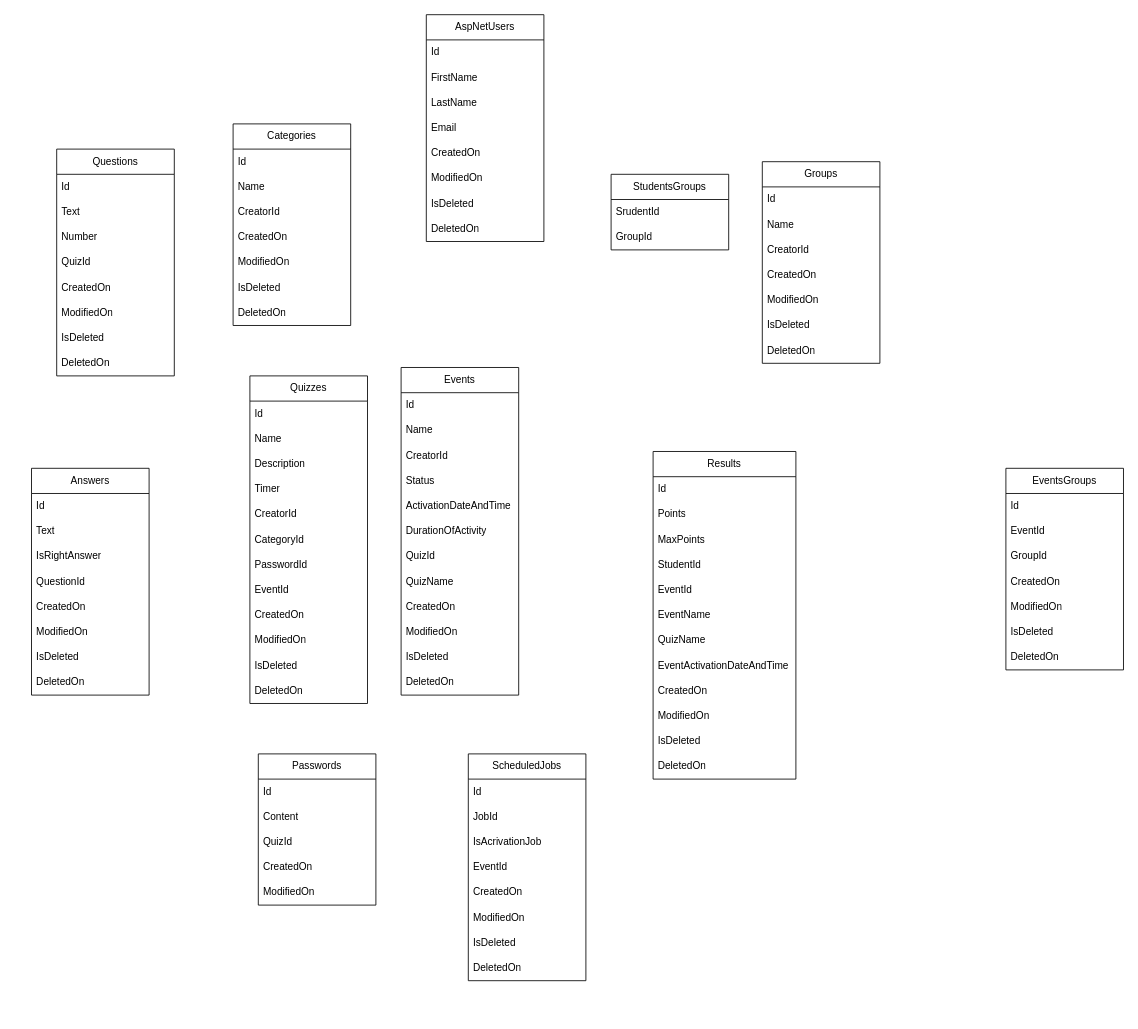
Before: Docs/Docs/ERDiagram.drawio in RainbowInHell/QuizHut, a draw.io diagram. Source tidied: cells renumbered, new cells numbered last; positions are measured from the earlier drawing's top-left corner, leaving out a move shared by most shapes. Both pictures are drawn from the tidied source at 84%, with x=0, y=0 at pixel (31, 14).
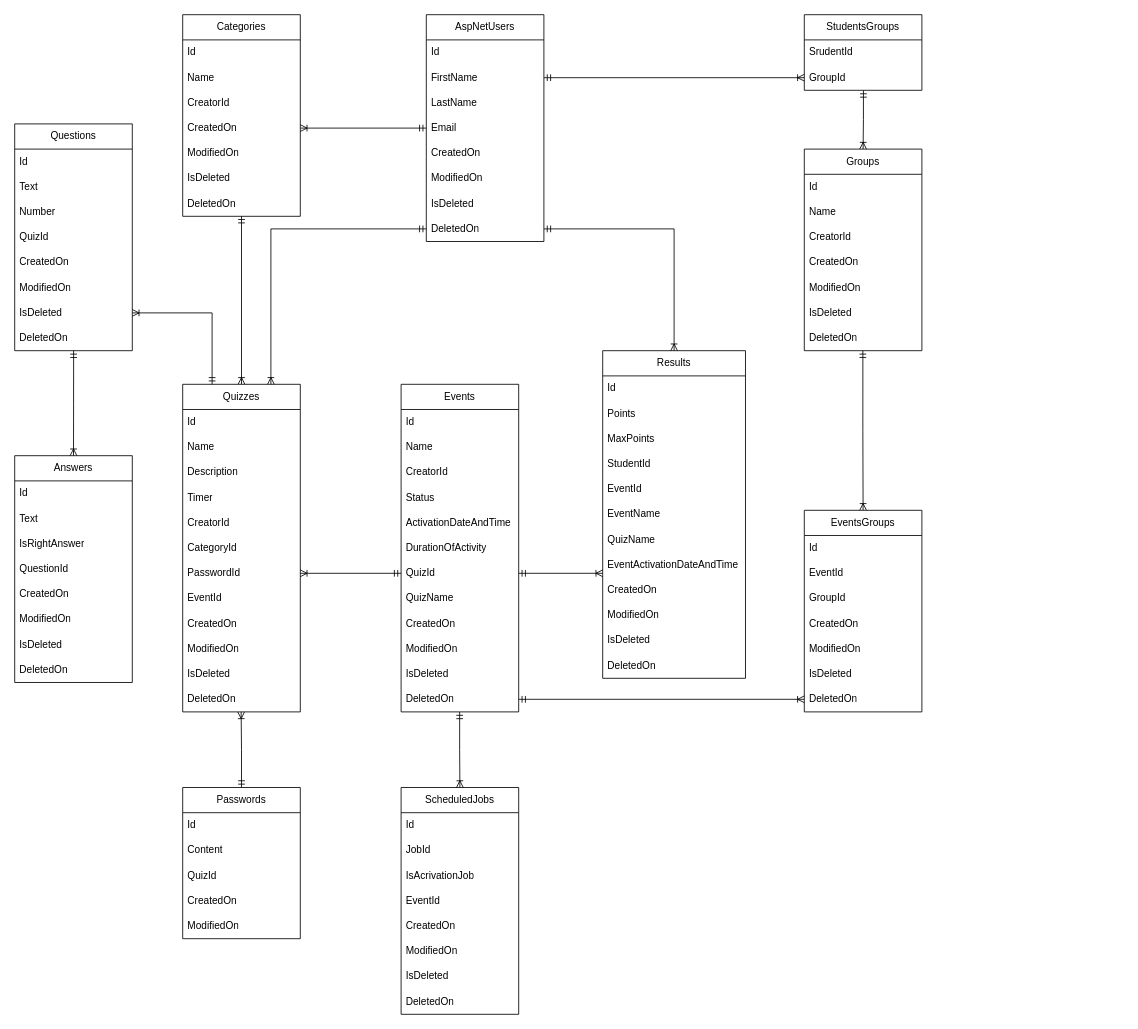
The same page after the edit.

Commit message (it also covers changes not shown here):
Create ERDiagram, update gitignore

Unchanged cells that the change refers to:
```xml
<mxCell id="6" value="CreatedOn" style="text;strokeColor=none;fillColor=none;align=left;verticalAlign=middle;spacingLeft=4;spacingRight=4;overflow=hidden;points=[[0,0.5],[1,0.5]];portConstraint=eastwest;whiteSpace=wrap;html=1;" parent="2" vertex="1">
  <mxGeometry y="120" width="140" height="30" as="geometry" />
</mxCell>
<mxCell id="9" value="DeletedOn" style="text;strokeColor=none;fillColor=none;align=left;verticalAlign=middle;spacingLeft=4;spacingRight=4;overflow=hidden;points=[[0,0.5],[1,0.5]];portConstraint=eastwest;whiteSpace=wrap;html=1;" parent="2" vertex="1">
  <mxGeometry y="210" width="140" height="30" as="geometry" />
</mxCell>
<mxCell id="17" value="IsDeleted" style="text;strokeColor=none;fillColor=none;align=left;verticalAlign=middle;spacingLeft=4;spacingRight=4;overflow=hidden;points=[[0,0.5],[1,0.5]];portConstraint=eastwest;whiteSpace=wrap;html=1;" parent="10" vertex="1">
  <mxGeometry y="210" width="140" height="30" as="geometry" />
</mxCell>
<mxCell id="18" value="DeletedOn" style="text;strokeColor=none;fillColor=none;align=left;verticalAlign=middle;spacingLeft=4;spacingRight=4;overflow=hidden;points=[[0,0.5],[1,0.5]];portConstraint=eastwest;whiteSpace=wrap;html=1;" parent="10" vertex="1">
  <mxGeometry y="240" width="140" height="30" as="geometry" />
</mxCell>
<mxCell id="26" value="PasswordId" style="text;strokeColor=none;fillColor=none;align=left;verticalAlign=middle;spacingLeft=4;spacingRight=4;overflow=hidden;points=[[0,0.5],[1,0.5]];portConstraint=eastwest;whiteSpace=wrap;html=1;" parent="19" vertex="1">
  <mxGeometry y="210" width="140" height="30" as="geometry" />
</mxCell>
<mxCell id="31" value="DeletedOn" style="text;strokeColor=none;fillColor=none;align=left;verticalAlign=middle;spacingLeft=4;spacingRight=4;overflow=hidden;points=[[0,0.5],[1,0.5]];portConstraint=eastwest;whiteSpace=wrap;html=1;" parent="19" vertex="1">
  <mxGeometry y="360" width="140" height="30" as="geometry" />
</mxCell>
<mxCell id="54" value="QuizId" style="text;strokeColor=none;fillColor=none;align=left;verticalAlign=middle;spacingLeft=4;spacingRight=4;overflow=hidden;points=[[0,0.5],[1,0.5]];portConstraint=eastwest;whiteSpace=wrap;html=1;" parent="47" vertex="1">
  <mxGeometry y="210" width="140" height="30" as="geometry" />
</mxCell>
<mxCell id="59" value="DeletedOn" style="text;strokeColor=none;fillColor=none;align=left;verticalAlign=middle;spacingLeft=4;spacingRight=4;overflow=hidden;points=[[0,0.5],[1,0.5]];portConstraint=eastwest;whiteSpace=wrap;html=1;" parent="47" vertex="1">
  <mxGeometry y="360" width="140" height="30" as="geometry" />
</mxCell>
<mxCell id="71" value="GroupId" style="text;strokeColor=none;fillColor=none;align=left;verticalAlign=middle;spacingLeft=4;spacingRight=4;overflow=hidden;points=[[0,0.5],[1,0.5]];portConstraint=eastwest;whiteSpace=wrap;html=1;" parent="69" vertex="1">
  <mxGeometry y="60" width="140" height="30" as="geometry" />
</mxCell>
<mxCell id="79" value="DeletedOn" style="text;strokeColor=none;fillColor=none;align=left;verticalAlign=middle;spacingLeft=4;spacingRight=4;overflow=hidden;points=[[0,0.5],[1,0.5]];portConstraint=eastwest;whiteSpace=wrap;html=1;" parent="72" vertex="1">
  <mxGeometry y="210" width="140" height="30" as="geometry" />
</mxCell>
<mxCell id="87" value="DeletedOn" style="text;strokeColor=none;fillColor=none;align=left;verticalAlign=middle;spacingLeft=4;spacingRight=4;overflow=hidden;points=[[0,0.5],[1,0.5]];portConstraint=eastwest;whiteSpace=wrap;html=1;" parent="80" vertex="1">
  <mxGeometry y="210" width="140" height="30" as="geometry" />
</mxCell>
<mxCell id="96" value="EventActivationDateAndTime" style="text;strokeColor=none;fillColor=none;align=left;verticalAlign=middle;spacingLeft=4;spacingRight=4;overflow=hidden;points=[[0,0.5],[1,0.5]];portConstraint=eastwest;whiteSpace=wrap;html=1;" parent="88" vertex="1">
  <mxGeometry y="240" width="170" height="30" as="geometry" />
</mxCell>
<mxCell id="103" value="FirstName" style="text;strokeColor=none;fillColor=none;align=left;verticalAlign=middle;spacingLeft=4;spacingRight=4;overflow=hidden;points=[[0,0.5],[1,0.5]];portConstraint=eastwest;whiteSpace=wrap;html=1;" parent="101" vertex="1">
  <mxGeometry y="60" width="140" height="30" as="geometry" />
</mxCell>
<mxCell id="105" value="Email" style="text;strokeColor=none;fillColor=none;align=left;verticalAlign=middle;spacingLeft=4;spacingRight=4;overflow=hidden;points=[[0,0.5],[1,0.5]];portConstraint=eastwest;whiteSpace=wrap;html=1;" parent="101" vertex="1">
  <mxGeometry y="120" width="140" height="30" as="geometry" />
</mxCell>
<mxCell id="109" value="DeletedOn" style="text;strokeColor=none;fillColor=none;align=left;verticalAlign=middle;spacingLeft=4;spacingRight=4;overflow=hidden;points=[[0,0.5],[1,0.5]];portConstraint=eastwest;whiteSpace=wrap;html=1;" parent="101" vertex="1">
  <mxGeometry y="240" width="140" height="30" as="geometry" />
</mxCell>
```

The edit, as a diff of the source:
```diff
@@
     <mxCell id="2" value="Categories" style="swimlane;fontStyle=0;horizontal=1;startSize=30;whiteSpace=wrap;html=1;" parent="1" vertex="1">
-      <mxGeometry x="240" y="130" width="140" height="240" as="geometry" />
+      <mxGeometry x="180" width="140" height="240" as="geometry" />
     </mxCell>
@@
     <mxCell id="10" value="Questions" style="swimlane;fontStyle=0;horizontal=1;startSize=30;whiteSpace=wrap;html=1;" parent="1" vertex="1">
-      <mxGeometry x="30" y="160" width="140" height="270" as="geometry" />
+      <mxGeometry x="-20" y="130" width="140" height="270" as="geometry" />
     </mxCell>
@@
     <mxCell id="19" value="Quizzes" style="swimlane;fontStyle=0;horizontal=1;startSize=30;whiteSpace=wrap;html=1;" parent="1" vertex="1">
-      <mxGeometry x="260" y="430" width="140" height="390" as="geometry" />
+      <mxGeometry x="180" y="440" width="140" height="390" as="geometry" />
     </mxCell>
@@
     <mxCell id="32" value="Answers" style="swimlane;fontStyle=0;horizontal=1;startSize=30;whiteSpace=wrap;html=1;" parent="1" vertex="1">
-      <mxGeometry y="540" width="140" height="270" as="geometry" />
+      <mxGeometry x="-20" y="525" width="140" height="270" as="geometry" />
     </mxCell>
@@
     <mxCell id="41" value="Passwords" style="swimlane;fontStyle=0;horizontal=1;startSize=30;whiteSpace=wrap;html=1;" parent="1" vertex="1">
-      <mxGeometry x="270" y="880" width="140" height="180" as="geometry" />
+      <mxGeometry x="180" y="920" width="140" height="180" as="geometry" />
     </mxCell>
@@
     <mxCell id="47" value="Events" style="swimlane;fontStyle=0;horizontal=1;startSize=30;whiteSpace=wrap;html=1;" parent="1" vertex="1">
-      <mxGeometry x="440" y="420" width="140" height="390" as="geometry" />
+      <mxGeometry x="440" y="440" width="140" height="390" as="geometry" />
     </mxCell>
@@
     <mxCell id="60" value="ScheduledJobs" style="swimlane;fontStyle=0;horizontal=1;startSize=30;whiteSpace=wrap;html=1;" parent="1" vertex="1">
-      <mxGeometry x="520" y="880" width="140" height="270" as="geometry" />
+      <mxGeometry x="440" y="920" width="140" height="270" as="geometry" />
     </mxCell>
@@
     <mxCell id="69" value="StudentsGroups" style="swimlane;fontStyle=0;horizontal=1;startSize=30;whiteSpace=wrap;html=1;" parent="1" vertex="1">
-      <mxGeometry x="690" y="190" width="140" height="90" as="geometry" />
+      <mxGeometry x="920" width="140" height="90" as="geometry" />
     </mxCell>
@@
     <mxCell id="72" value="Groups" style="swimlane;fontStyle=0;horizontal=1;startSize=30;whiteSpace=wrap;html=1;" parent="1" vertex="1">
-      <mxGeometry x="870" y="175" width="140" height="240" as="geometry" />
+      <mxGeometry x="920" y="160" width="140" height="240" as="geometry" />
     </mxCell>
@@
     <mxCell id="80" value="EventsGroups" style="swimlane;fontStyle=0;horizontal=1;startSize=30;whiteSpace=wrap;html=1;" parent="1" vertex="1">
-      <mxGeometry x="1160" y="540" width="140" height="240" as="geometry" />
+      <mxGeometry x="920" y="590" width="140" height="240" as="geometry" />
     </mxCell>
@@
     <mxCell id="88" value="Results" style="swimlane;fontStyle=0;horizontal=1;startSize=30;whiteSpace=wrap;html=1;" parent="1" vertex="1">
-      <mxGeometry x="740" y="520" width="170" height="390" as="geometry" />
+      <mxGeometry x="680" y="400" width="170" height="390" as="geometry" />
     </mxCell>
@@
+    <mxCell id="110" style="edgeStyle=entityRelationEdgeStyle;fontSize=12;html=1;endArrow=ERoneToMany;startArrow=ERmandOne;rounded=0;entryX=1;entryY=0.5;entryDx=0;entryDy=0;exitX=0;exitY=0.5;exitDx=0;exitDy=0;" parent="1" edge="1" source="105" target="6">
+      <mxGeometry relative="1" as="geometry" />
+    </mxCell>
+    <mxCell id="111" style="edgeStyle=orthogonalEdgeStyle;fontSize=12;html=1;endArrow=ERoneToMany;startArrow=ERmandOne;rounded=0;exitX=0.5;exitY=0.995;exitDx=0;exitDy=0;exitPerimeter=0;entryX=0.5;entryY=0;entryDx=0;entryDy=0;" parent="1" edge="1" source="9" target="19">
+      <mxGeometry relative="1" as="geometry" />
+    </mxCell>
+    <mxCell id="112" style="edgeStyle=orthogonalEdgeStyle;fontSize=12;html=1;endArrow=ERoneToMany;startArrow=ERmandOne;rounded=0;exitX=0;exitY=0.5;exitDx=0;exitDy=0;entryX=0.75;entryY=0;entryDx=0;entryDy=0;" parent="1" edge="1" source="109" target="19">
+      <mxGeometry relative="1" as="geometry" />
+    </mxCell>
+    <mxCell id="113" style="edgeStyle=orthogonalEdgeStyle;fontSize=12;html=1;endArrow=ERoneToMany;startArrow=ERmandOne;rounded=0;entryX=1;entryY=0.5;entryDx=0;entryDy=0;exitX=0.25;exitY=0;exitDx=0;exitDy=0;" parent="1" edge="1" source="19" target="17">
+      <mxGeometry relative="1" as="geometry" />
+    </mxCell>
+    <mxCell id="114" style="fontSize=12;html=1;endArrow=ERoneToMany;startArrow=ERmandOne;rounded=0;entryX=0.5;entryY=0;entryDx=0;entryDy=0;exitX=0.501;exitY=1.002;exitDx=0;exitDy=0;exitPerimeter=0;edgeStyle=orthogonalEdgeStyle;" parent="1" edge="1" source="18" target="32">
+      <mxGeometry relative="1" as="geometry" />
+    </mxCell>
+    <mxCell id="115" style="edgeStyle=orthogonalEdgeStyle;fontSize=12;html=1;endArrow=ERoneToMany;startArrow=ERmandOne;rounded=0;exitX=0.5;exitY=0;exitDx=0;exitDy=0;entryX=0.497;entryY=1.001;entryDx=0;entryDy=0;entryPerimeter=0;" parent="1" edge="1" source="41" target="31">
+      <mxGeometry relative="1" as="geometry" />
+    </mxCell>
+    <mxCell id="116" style="edgeStyle=orthogonalEdgeStyle;fontSize=12;html=1;endArrow=ERoneToMany;startArrow=ERmandOne;rounded=0;entryX=1;entryY=0.5;entryDx=0;entryDy=0;exitX=0;exitY=0.5;exitDx=0;exitDy=0;" parent="1" edge="1" source="54" target="26">
+      <mxGeometry relative="1" as="geometry" />
+    </mxCell>
+    <mxCell id="117" style="edgeStyle=orthogonalEdgeStyle;fontSize=12;html=1;endArrow=ERoneToMany;startArrow=ERmandOne;rounded=0;exitX=0.498;exitY=1.002;exitDx=0;exitDy=0;exitPerimeter=0;entryX=0.5;entryY=0;entryDx=0;entryDy=0;" parent="1" edge="1" source="59" target="60">
+      <mxGeometry relative="1" as="geometry" />
+    </mxCell>
+    <mxCell id="118" style="fontSize=12;html=1;endArrow=ERoneToMany;startArrow=ERmandOne;rounded=0;exitX=1;exitY=0.5;exitDx=0;exitDy=0;entryX=0;entryY=0.833;entryDx=0;entryDy=0;entryPerimeter=0;" parent="1" edge="1" source="54" target="96">
+      <mxGeometry relative="1" as="geometry" />
+    </mxCell>
+    <mxCell id="119" style="edgeStyle=orthogonalEdgeStyle;fontSize=12;html=1;endArrow=ERoneToMany;startArrow=ERmandOne;rounded=0;exitX=1;exitY=0.5;exitDx=0;exitDy=0;entryX=0.5;entryY=0;entryDx=0;entryDy=0;" parent="1" edge="1" source="109" target="88">
+      <mxGeometry relative="1" as="geometry" />
+    </mxCell>
+    <mxCell id="120" style="edgeStyle=orthogonalEdgeStyle;fontSize=12;html=1;endArrow=ERoneToMany;startArrow=ERmandOne;rounded=0;entryX=0;entryY=0.5;entryDx=0;entryDy=0;exitX=1;exitY=0.5;exitDx=0;exitDy=0;" parent="1" edge="1" source="59" target="87">
+      <mxGeometry relative="1" as="geometry" />
+    </mxCell>
+    <mxCell id="121" style="edgeStyle=orthogonalEdgeStyle;fontSize=12;html=1;endArrow=ERoneToMany;startArrow=ERmandOne;rounded=0;entryX=0.5;entryY=0;entryDx=0;entryDy=0;exitX=0.498;exitY=1.001;exitDx=0;exitDy=0;exitPerimeter=0;" parent="1" edge="1" source="79" target="80">
+      <mxGeometry relative="1" as="geometry" />
+    </mxCell>
+    <mxCell id="122" style="edgeStyle=orthogonalEdgeStyle;fontSize=12;html=1;endArrow=ERoneToMany;startArrow=ERmandOne;rounded=0;exitX=1;exitY=0.5;exitDx=0;exitDy=0;entryX=0;entryY=0.5;entryDx=0;entryDy=0;" parent="1" edge="1" source="103" target="71">
+      <mxGeometry relative="1" as="geometry" />
+    </mxCell>
+    <mxCell id="123" style="edgeStyle=orthogonalEdgeStyle;fontSize=12;html=1;endArrow=ERoneToMany;startArrow=ERmandOne;rounded=0;entryX=0.5;entryY=0;entryDx=0;entryDy=0;exitX=0.503;exitY=1.005;exitDx=0;exitDy=0;exitPerimeter=0;" parent="1" edge="1" source="71" target="72">
+      <mxGeometry relative="1" as="geometry" />
+    </mxCell>
```
